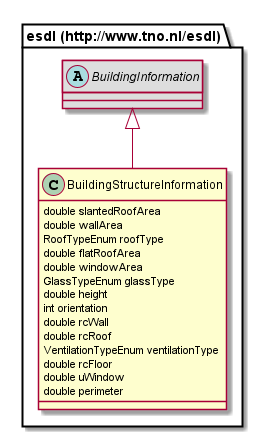
The PlantUML diagram 687474703a2f2f7777772e746e6f2e6e6c2f6573646c/BuildingStructureInformation.png in EnergyTransition/energytransition.github.io, before a commit. Its diagram source:
```plantuml
@startuml
class "esdl (http://www.tno.nl/esdl).BuildingStructureInformation" [[#router/doc-content/687474703a2f2f7777772e746e6f2e6e6c2f6573646c/BuildingStructureInformation.html]] {
	double slantedRoofArea
	double wallArea
	RoofTypeEnum roofType
	double flatRoofArea
	double windowArea
	GlassTypeEnum glassType
	double height
	int orientation
	double rcWall
	double rcRoof
	VentilationTypeEnum ventilationType
	double rcFloor
	double uWindow
	double perimeter
}
abstract class "esdl (http://www.tno.nl/esdl).BuildingInformation" [[#router/doc-content/687474703a2f2f7777772e746e6f2e6e6c2f6573646c/BuildingInformation.html{Super class of all different kinds of extra information that can be specified for a building}]] #DDDDDD {
}
"esdl (http://www.tno.nl/esdl).BuildingInformation" <|-- "esdl (http://www.tno.nl/esdl).BuildingStructureInformation"
@enduml
```
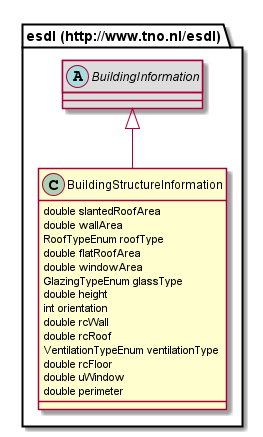
The same diagram one commit later.

What changed in the source:
```diff
@@ -5,7 +5,7 @@
 	RoofTypeEnum roofType
 	double flatRoofArea
 	double windowArea
-	GlassTypeEnum glassType
+	GlazingTypeEnum glassType
 	double height
 	int orientation
 	double rcWall
```
